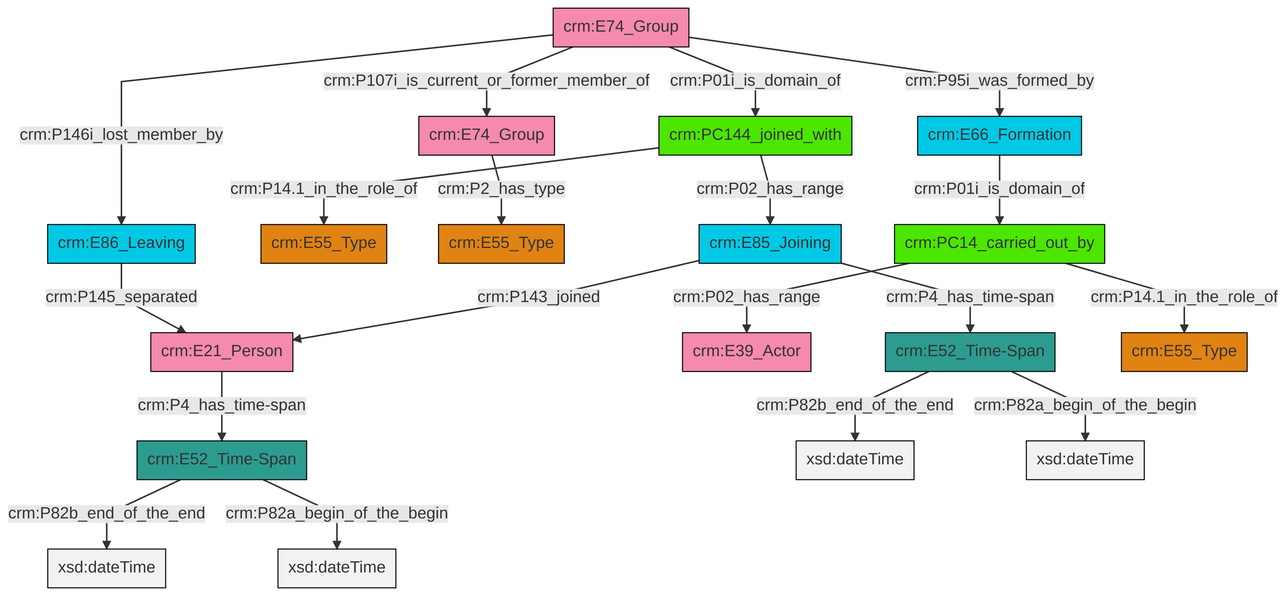
This is et/groupCSV/ttl/mmd/png/group_actor_relations.png from swiss-art-research-net/reference-data-models, a Mermaid export, as it was before one commit. Its source is kept beside it as et/groupCSV/ttl/mmd/group_actor_relations.ttl.mmd.
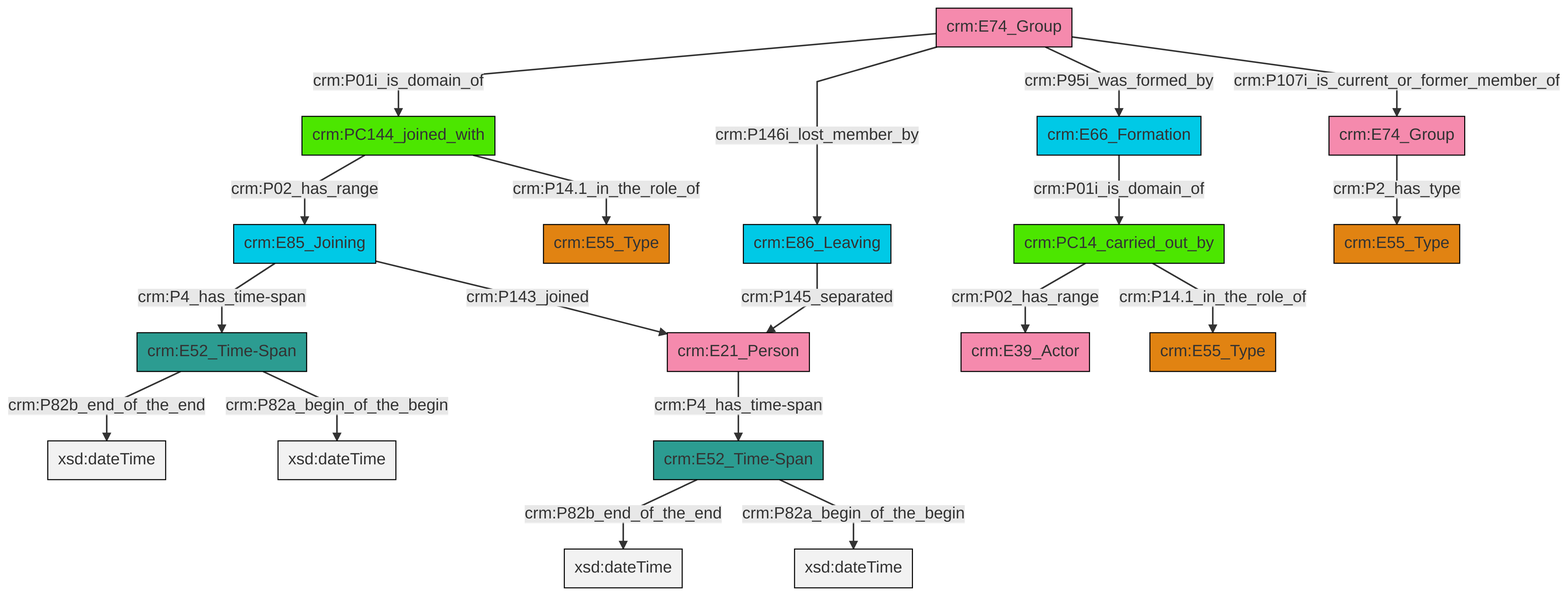
After the commit.

The edit, as a diff of the source:
```diff
@@ -13,21 +13,21 @@
 classDef PC_Classes fill:#4ce600, stroke:#000000;
 classDef Multi fill:#cccccc,stroke:#000000;
 
-0["crm:E85_Joining"]:::Temporal_Entity -->|crm:P4_has_time-span| 1["crm:E52_Time-Span"]:::Time-Span
-2["crm:PC144_joined_with"]:::PC_Classes -->|crm:P14.1_in_the_role_of| 3["crm:E55_Type"]:::Type
-6["crm:E52_Time-Span"]:::Time-Span -->|crm:P82b_end_of_the_end| 7[xsd:dateTime]:::Literal
-4["crm:E74_Group"]:::Actor -->|crm:P107i_is_current_or_former_member_of| 8["crm:E74_Group"]:::Actor
-0["crm:E85_Joining"]:::Temporal_Entity -->|crm:P143_joined| 11["crm:E21_Person"]:::Actor
-8["crm:E74_Group"]:::Actor -->|crm:P2_has_type| 12["crm:E55_Type"]:::Type
-13["crm:PC14_carried_out_by"]:::PC_Classes -->|crm:P02_has_range| 9["crm:E39_Actor"]:::Actor
+0["crm:E52_Time-Span"]:::Time-Span -->|crm:P82b_end_of_the_end| 1[xsd:dateTime]:::Literal
+2["crm:PC144_joined_with"]:::PC_Classes -->|crm:P02_has_range| 3["crm:E85_Joining"]:::Temporal_Entity
+0["crm:E52_Time-Span"]:::Time-Span -->|crm:P82a_begin_of_the_begin| 8[xsd:dateTime]:::Literal
+4["crm:E74_Group"]:::Actor -->|crm:P01i_is_domain_of| 2["crm:PC144_joined_with"]:::PC_Classes
+10["crm:E52_Time-Span"]:::Time-Span -->|crm:P82b_end_of_the_end| 11[xsd:dateTime]:::Literal
+16["crm:E66_Formation"]:::Temporal_Entity -->|crm:P01i_is_domain_of| 17["crm:PC14_carried_out_by"]:::PC_Classes
+17["crm:PC14_carried_out_by"]:::PC_Classes -->|crm:P02_has_range| 19["crm:E39_Actor"]:::Actor
+3["crm:E85_Joining"]:::Temporal_Entity -->|crm:P4_has_time-span| 0["crm:E52_Time-Span"]:::Time-Span
+4["crm:E74_Group"]:::Actor -->|crm:P95i_was_formed_by| 16["crm:E66_Formation"]:::Temporal_Entity
+6["crm:E21_Person"]:::Actor -->|crm:P4_has_time-span| 10["crm:E52_Time-Span"]:::Time-Span
+23["crm:E74_Group"]:::Actor -->|crm:P2_has_type| 20["crm:E55_Type"]:::Type
+17["crm:PC14_carried_out_by"]:::PC_Classes -->|crm:P14.1_in_the_role_of| 25["crm:E55_Type"]:::Type
+4["crm:E74_Group"]:::Actor -->|crm:P107i_is_current_or_former_member_of| 23["crm:E74_Group"]:::Actor
+14["crm:E86_Leaving"]:::Temporal_Entity -->|crm:P145_separated| 6["crm:E21_Person"]:::Actor
+2["crm:PC144_joined_with"]:::PC_Classes -->|crm:P14.1_in_the_role_of| 12["crm:E55_Type"]:::Type
+10["crm:E52_Time-Span"]:::Time-Span -->|crm:P82a_begin_of_the_begin| 30[xsd:dateTime]:::Literal
 4["crm:E74_Group"]:::Actor -->|crm:P146i_lost_member_by| 14["crm:E86_Leaving"]:::Temporal_Entity
-1["crm:E52_Time-Span"]:::Time-Span -->|crm:P82b_end_of_the_end| 15[xsd:dateTime]:::Literal
-14["crm:E86_Leaving"]:::Temporal_Entity -->|crm:P145_separated| 11["crm:E21_Person"]:::Actor
-4["crm:E74_Group"]:::Actor -->|crm:P95i_was_formed_by| 20["crm:E66_Formation"]:::Temporal_Entity
-20["crm:E66_Formation"]:::Temporal_Entity -->|crm:P01i_is_domain_of| 13["crm:PC14_carried_out_by"]:::PC_Classes
-11["crm:E21_Person"]:::Actor -->|crm:P4_has_time-span| 6["crm:E52_Time-Span"]:::Time-Span
-6["crm:E52_Time-Span"]:::Time-Span -->|crm:P82a_begin_of_the_begin| 26[xsd:dateTime]:::Literal
-4["crm:E74_Group"]:::Actor -->|crm:P01i_is_domain_of| 2["crm:PC144_joined_with"]:::PC_Classes
-2["crm:PC144_joined_with"]:::PC_Classes -->|crm:P02_has_range| 0["crm:E85_Joining"]:::Temporal_Entity
-1["crm:E52_Time-Span"]:::Time-Span -->|crm:P82a_begin_of_the_begin| 31[xsd:dateTime]:::Literal
-13["crm:PC14_carried_out_by"]:::PC_Classes -->|crm:P14.1_in_the_role_of| 23["crm:E55_Type"]:::Type
+3["crm:E85_Joining"]:::Temporal_Entity -->|crm:P143_joined| 6["crm:E21_Person"]:::Actor
```
